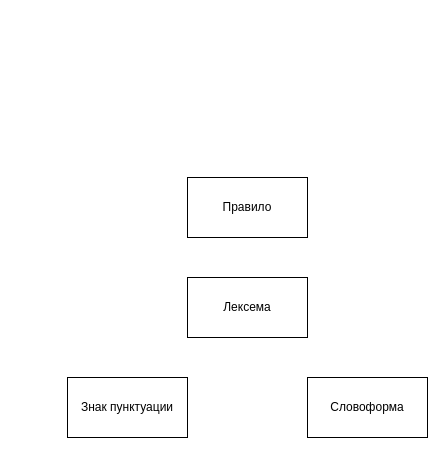
Before: DZ1.drawio in DMfananddu/Computing-Facilities-AIPCS, a draw.io diagram. Source tidied: cells renumbered, new cells numbered last; positions are measured from the earlier drawing's top-left corner, leaving out a move shared by most shapes. Both pictures are drawn from the tidied source at 100%, with x=0, y=0 at pixel (67, 177).
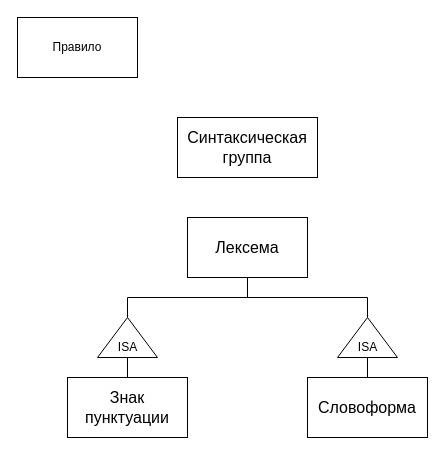
After the change.

Change to the diagram source:
```diff
@@
 <mxGraphModel>
   <root>
     <mxCell id="0" />
     <mxCell id="1" parent="0" />
     <mxCell id="2" value="Правило" style="rounded=0;whiteSpace=wrap;html=1;" parent="1" vertex="1">
-      <mxGeometry x="120" width="120" height="60" as="geometry" />
+      <mxGeometry x="-50" y="-160" width="120" height="60" as="geometry" />
     </mxCell>
-    <mxCell id="3" value="Лексема" style="rounded=0;whiteSpace=wrap;html=1;" parent="1" vertex="1">
-      <mxGeometry x="120" y="100" width="120" height="60" as="geometry" />
+    <mxCell id="3" value="Лексема" style="rounded=0;whiteSpace=wrap;html=1;fontSize=16;" parent="1" vertex="1">
+      <mxGeometry x="120" y="40" width="120" height="60" as="geometry" />
     </mxCell>
+    <mxCell id="6" style="edgeStyle=orthogonalEdgeStyle;rounded=0;jettySize=auto;html=1;exitX=0.5;exitY=0;exitDx=0;exitDy=0;entryX=0;entryY=0.5;entryDx=0;entryDy=0;endArrow=none;endFill=0;" parent="1" edge="1" source="4" target="12">
+      <mxGeometry relative="1" as="geometry" />
+    </mxCell>
-    <mxCell id="4" value="Знак пунктуации" style="rounded=0;whiteSpace=wrap;html=1;" parent="1" vertex="1">
+    <mxCell id="4" value="Знак пунктуации" style="rounded=0;whiteSpace=wrap;html=1;fontSize=16;" parent="1" vertex="1">
       <mxGeometry y="200" width="120" height="60" as="geometry" />
     </mxCell>
+    <mxCell id="7" style="edgeStyle=orthogonalEdgeStyle;rounded=0;jettySize=auto;html=1;exitX=0.5;exitY=0;exitDx=0;exitDy=0;entryX=0;entryY=0.5;entryDx=0;entryDy=0;endArrow=none;endFill=0;" parent="1" edge="1" source="5" target="9">
+      <mxGeometry relative="1" as="geometry" />
+    </mxCell>
-    <mxCell id="5" value="Словоформа" style="rounded=0;whiteSpace=wrap;html=1;" parent="1" vertex="1">
+    <mxCell id="5" value="Словоформа" style="rounded=0;whiteSpace=wrap;html=1;fontSize=16;" parent="1" vertex="1">
       <mxGeometry x="240" y="200" width="120" height="60" as="geometry" />
     </mxCell>
+    <mxCell id="8" style="edgeStyle=orthogonalEdgeStyle;rounded=0;jettySize=auto;html=1;exitX=1;exitY=0.5;exitDx=0;exitDy=0;entryX=0.5;entryY=1;entryDx=0;entryDy=0;endArrow=none;endFill=0;" parent="1" edge="1" source="9" target="3">
+      <mxGeometry relative="1" as="geometry" />
+    </mxCell>
+    <mxCell id="9" style="triangle;whiteSpace=wrap;html=1;rotation=-90;" parent="1" vertex="1">
+      <mxGeometry x="280" y="130" width="40" height="60" as="geometry" />
+    </mxCell>
+    <mxCell id="10" value="ISA" style="text;html=1;align=center;verticalAlign=middle;" parent="1" vertex="1">
+      <mxGeometry x="285" y="160" width="30" height="20" as="geometry" />
+    </mxCell>
+    <mxCell id="11" style="edgeStyle=orthogonalEdgeStyle;rounded=0;jettySize=auto;html=1;exitX=1;exitY=0.5;exitDx=0;exitDy=0;entryX=0.5;entryY=1;entryDx=0;entryDy=0;endArrow=none;endFill=0;" parent="1" edge="1" source="12" target="3">
+      <mxGeometry relative="1" as="geometry" />
+    </mxCell>
+    <mxCell id="12" style="triangle;whiteSpace=wrap;html=1;rotation=-90;" parent="1" vertex="1">
+      <mxGeometry x="40" y="130" width="40" height="60" as="geometry" />
+    </mxCell>
+    <mxCell id="13" value="ISA" style="text;html=1;align=center;verticalAlign=middle;" parent="1" vertex="1">
+      <mxGeometry x="45" y="160" width="30" height="20" as="geometry" />
+    </mxCell>
+    <mxCell id="14" value="Синтаксическая группа" style="rounded=0;whiteSpace=wrap;html=1;fontSize=16;" parent="1" vertex="1">
+      <mxGeometry x="110" y="-60" width="140" height="60" as="geometry" />
+    </mxCell>
   </root>
 </mxGraphModel>
```
